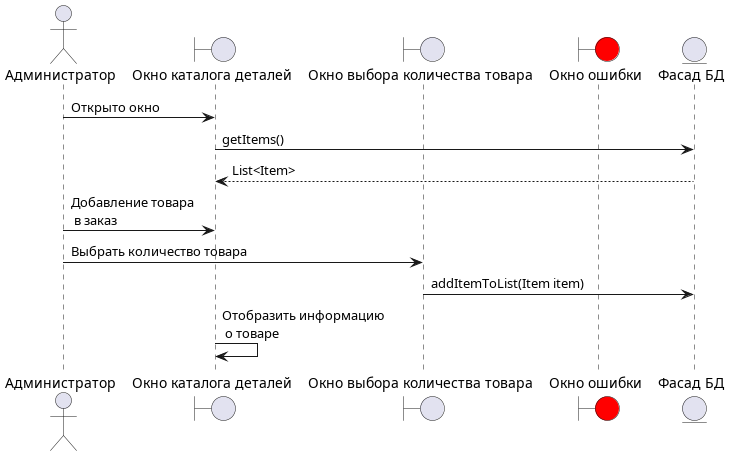
BombasticFantastik/PIS_Course_work keeps this PlantUML diagram as uml-диаграммы/out/Диаграмма последовательности/Диаграмма_последовательности_Добавить_товар_в_заказ/Диаграмма последовательности добавления новых товаров.png. Above is the earlier version. Source of this version:
```plantuml
@startuml Диаграмма последовательности добавления новых товаров

actor Admin as "Администратор"

boundary item_list as "Окно каталога деталей"
boundary count_window as "Окно выбора количества товара"
boundary error as "Окно ошибки" #red

entity facade as "Фасад БД"

Admin -> item_list : Открыто окно

item_list -> facade : getItems()
facade --> item_list : List<Item>

Admin -> item_list : Добавление товара \n в заказ

Admin ->count_window:Выбрать количество товара
count_window->facade : addItemToList(Item item)
item_list -> item_list : Отобразить информацию \n о товаре

@enduml
```
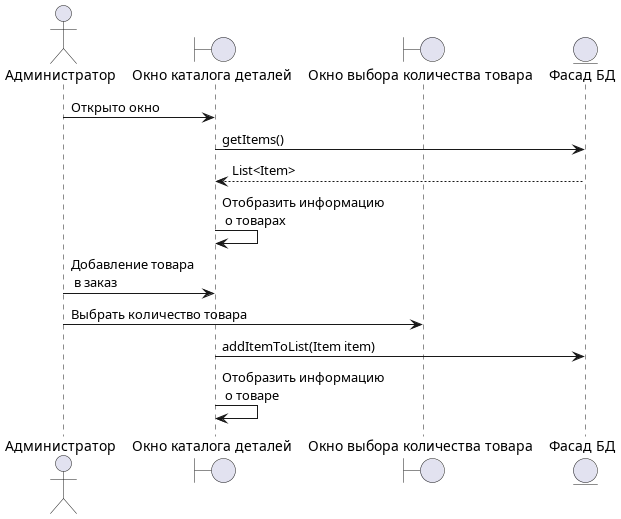
Above is the later version.

What changed in the source:
```diff
@@ -4,7 +4,6 @@
 
 boundary item_list as "Окно каталога деталей"
 boundary count_window as "Окно выбора количества товара"
-boundary error as "Окно ошибки" #red
 
 entity facade as "Фасад БД"
 
@@ -13,10 +12,12 @@
 item_list -> facade : getItems()
 facade --> item_list : List<Item>
 
+item_list -> item_list: Отобразить информацию \n о товарах
+
 Admin -> item_list : Добавление товара \n в заказ
 
 Admin ->count_window:Выбрать количество товара
-count_window->facade : addItemToList(Item item)
+item_list->facade : addItemToList(Item item)
 item_list -> item_list : Отобразить информацию \n о товаре
 
 @enduml
```
